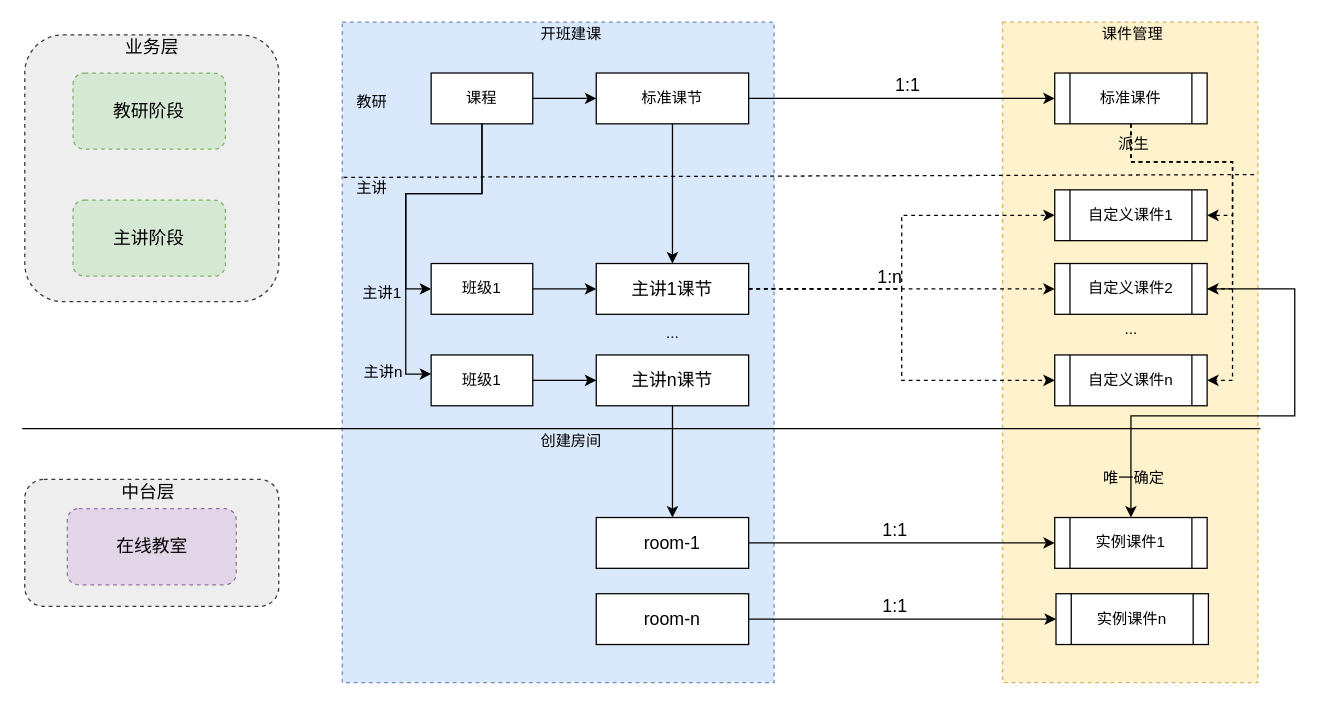
This is Untitled Diagram.drawio from ivana1991/NewProject, a draw.io file, before an edit. Source tidied: cells renumbered, new cells numbered last; positions are measured from the earlier drawing's top-left corner, leaving out a move shared by most shapes. Both pictures are drawn from the tidied source at 127%, with x=0, y=0 at pixel (22, 22).
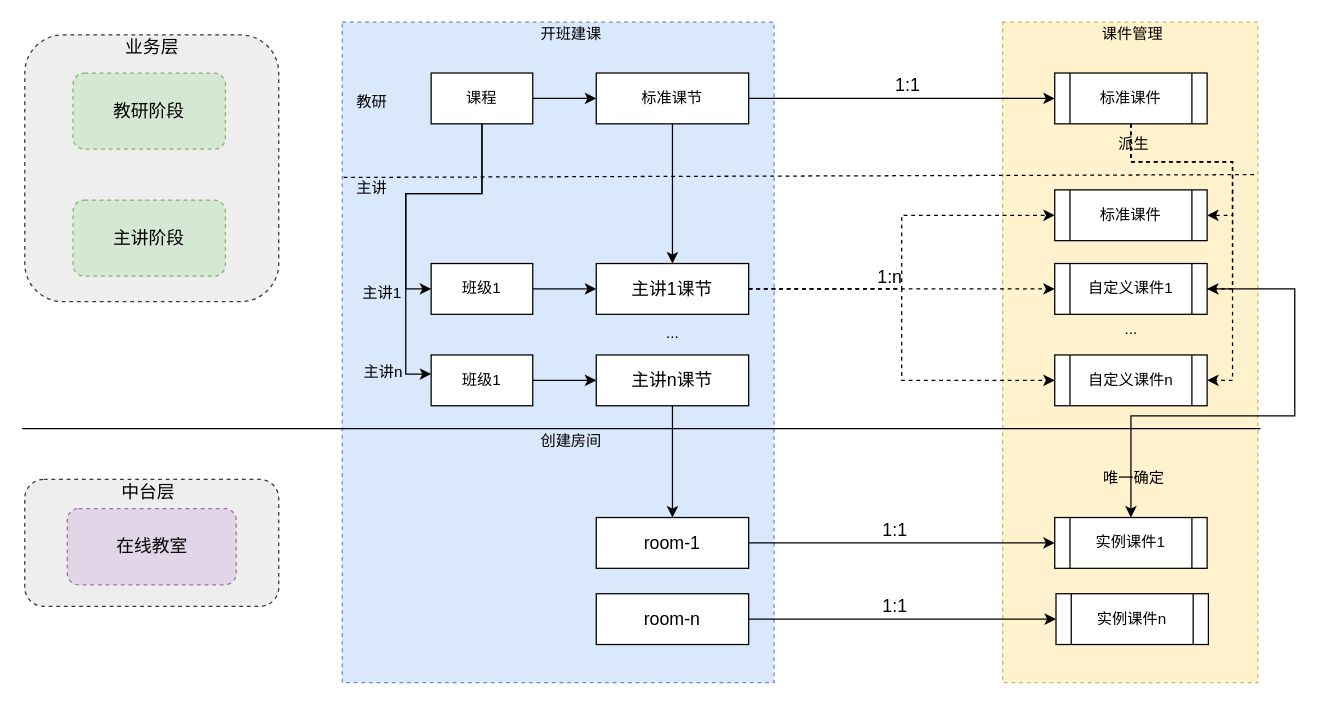
Above is the later version.

Diff of the diagram source:
```diff
@@
-    <mxCell id="26" value="自定义课件1" style="shape=process;whiteSpace=wrap;html=1;backgroundOutline=1;" parent="1" vertex="1">
+    <mxCell id="26" value="标准课件" style="shape=process;whiteSpace=wrap;html=1;backgroundOutline=1;" parent="1" vertex="1">
       <mxGeometry x="813" y="132" width="120" height="40" as="geometry" />
     </mxCell>
@@
-    <mxCell id="29" value="自定义课件2" style="shape=process;whiteSpace=wrap;html=1;backgroundOutline=1;" parent="1" vertex="1">
+    <mxCell id="29" value="自定义课件1" style="shape=process;whiteSpace=wrap;html=1;backgroundOutline=1;" parent="1" vertex="1">
       <mxGeometry x="813" y="190" width="120" height="40" as="geometry" />
     </mxCell>
```
